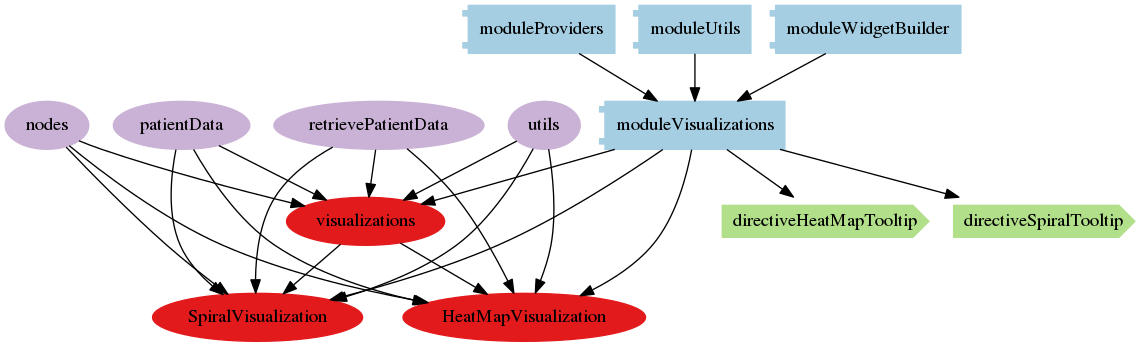
Earlier version of the Graphviz export architecture/png/modules/moduleVisualizations.png (nevesnunes/MultiViz). Its source is kept beside it as architecture/dot/modules/moduleVisualizations.dot.
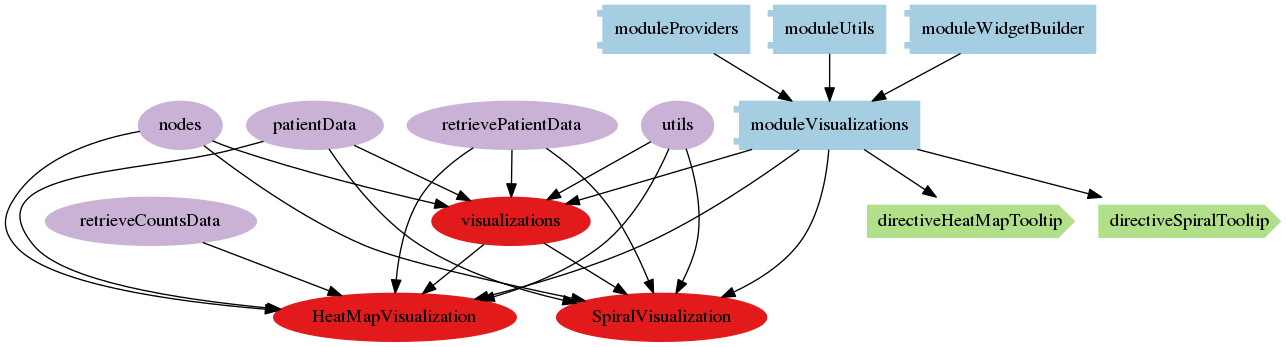
The same diagram one commit later.

What changed in the source:
```diff
@@ -77,6 +77,9 @@
         "patientData"[label="patientData"]
         "patientData" -> "HeatMapVisualization"
 
+        "retrieveCountsData"[label="retrieveCountsData"]
+        "retrieveCountsData" -> "HeatMapVisualization"
+
         "retrievePatientData"[label="retrievePatientData"]
         "retrievePatientData" -> "HeatMapVisualization"
 
```
